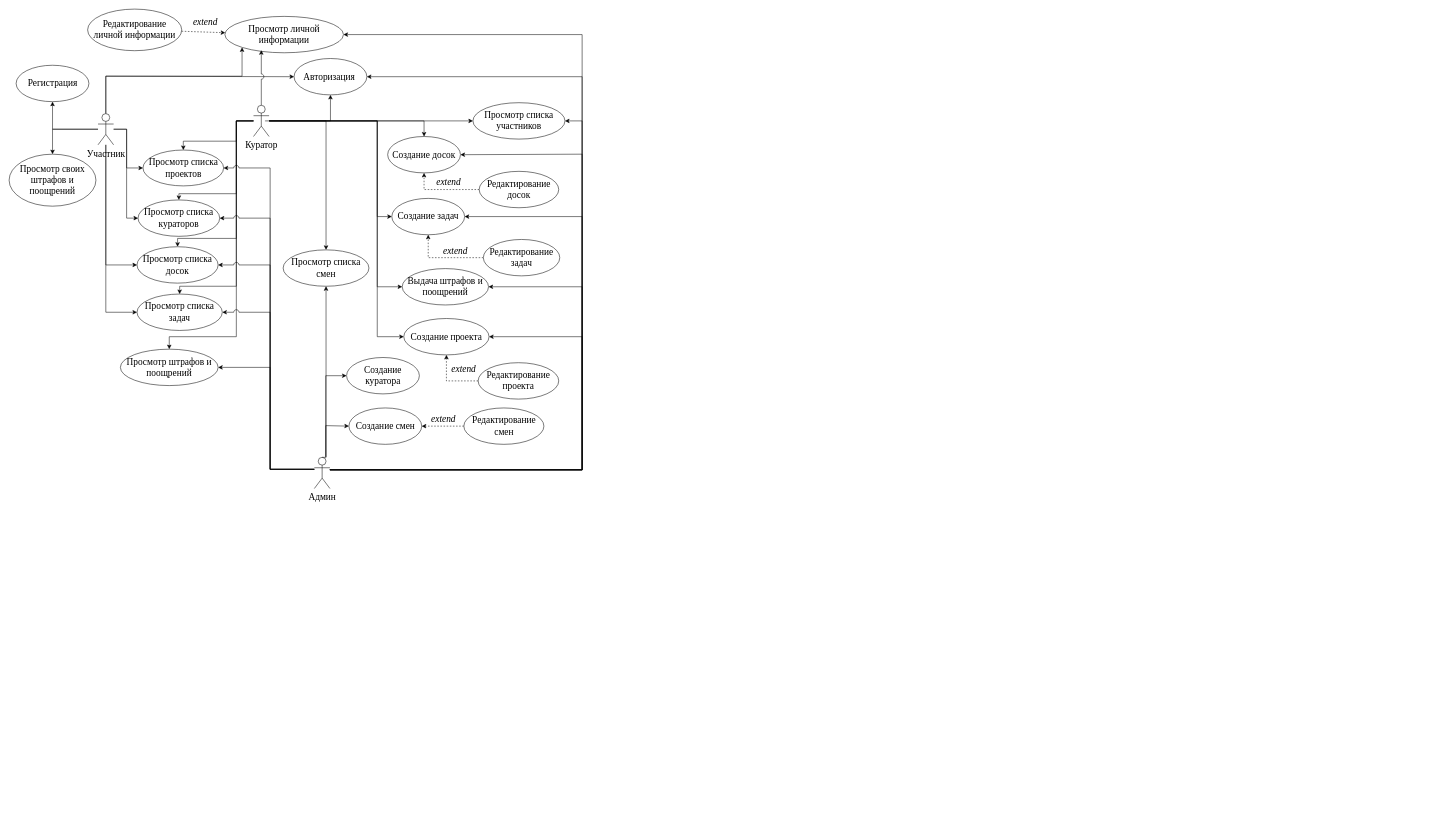
Above: Диаграмма прецедентов.drawio in AvipoStar/EOIS-FRONT (draw.io), before the change. Source tidied: cells renumbered, new cells numbered last; positions are measured from the earlier drawing's top-left corner, leaving out a move shared by most shapes. Both pictures are drawn from the tidied source at 52%, with x=0, y=0 at pixel (9, 9).
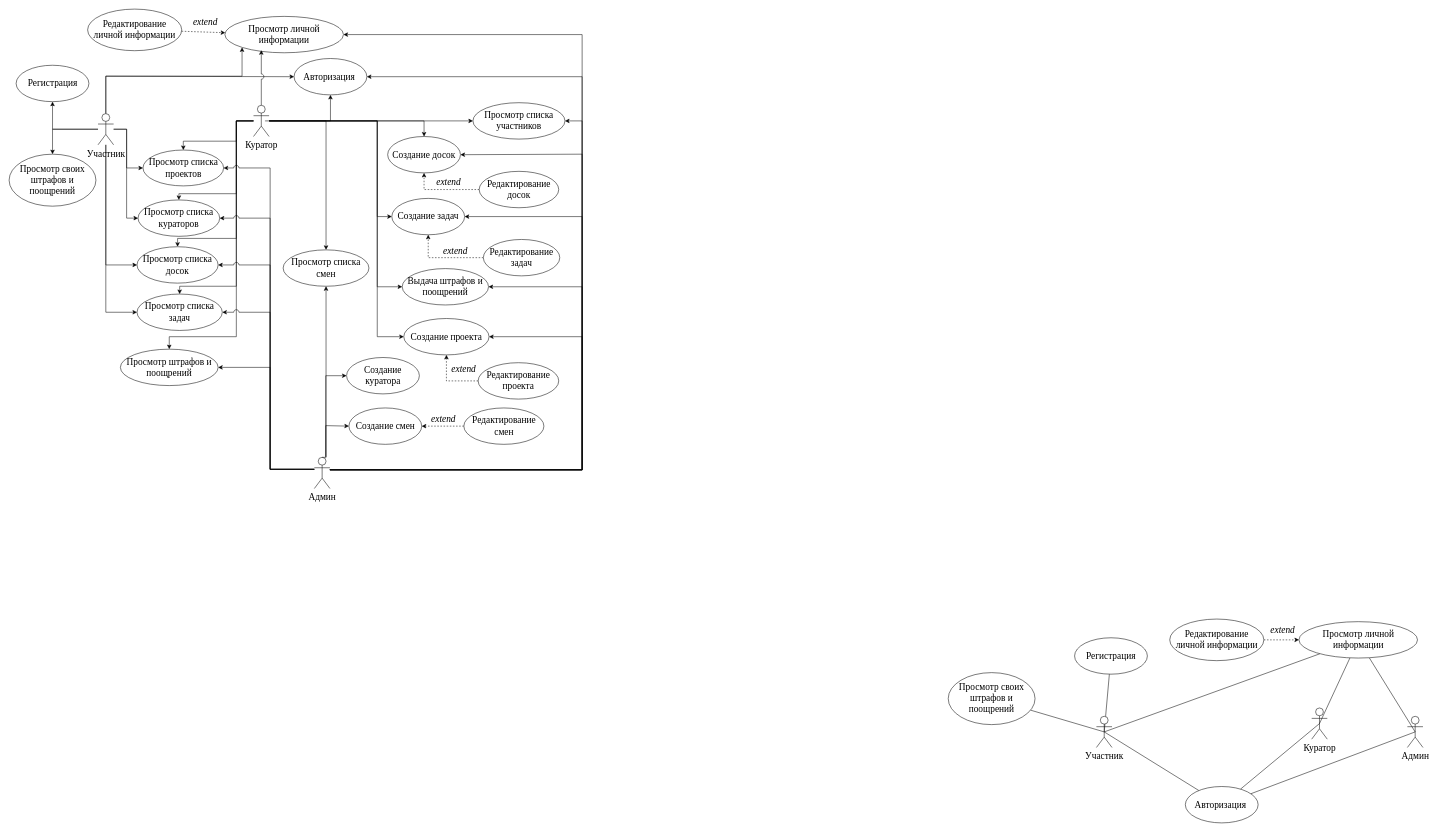
After the change.

Diff of the diagram source:
```diff
@@
+    <mxCell id="72" style="rounded=0;jettySize=auto;html=1;exitX=0.5;exitY=0.5;exitDx=0;exitDy=0;exitPerimeter=0;endArrow=none;endFill=0;" parent="1" edge="1" source="76" target="88">
+      <mxGeometry relative="1" as="geometry" />
+    </mxCell>
+    <mxCell id="73" style="rounded=0;jettySize=auto;html=1;exitX=0.5;exitY=0.5;exitDx=0;exitDy=0;exitPerimeter=0;endArrow=none;endFill=0;" parent="1" edge="1" source="76" target="84">
+      <mxGeometry relative="1" as="geometry" />
+    </mxCell>
+    <mxCell id="74" style="rounded=0;jettySize=auto;html=1;exitX=0.5;exitY=0.5;exitDx=0;exitDy=0;exitPerimeter=0;endArrow=none;endFill=0;" parent="1" edge="1" source="76" target="83">
+      <mxGeometry relative="1" as="geometry" />
+    </mxCell>
+    <mxCell id="75" style="rounded=0;jettySize=auto;html=1;exitX=0.5;exitY=0.5;exitDx=0;exitDy=0;exitPerimeter=0;endArrow=none;endFill=0;" parent="1" edge="1" source="76" target="89">
+      <mxGeometry relative="1" as="geometry" />
+    </mxCell>
+    <mxCell id="76" value="Участник&lt;div style=&quot;font-size: 18px;&quot;&gt;&lt;br style=&quot;font-size: 18px;&quot;&gt;&lt;/div&gt;" style="shape=umlActor;verticalLabelPosition=bottom;verticalAlign=top;html=1;fontFamily=Liberation Serif;fontSize=18;" parent="1" vertex="1">
+      <mxGeometry x="2091" y="1360" width="30" height="60" as="geometry" />
+    </mxCell>
+    <mxCell id="77" style="rounded=0;jettySize=auto;html=1;exitX=0.5;exitY=0.5;exitDx=0;exitDy=0;exitPerimeter=0;endArrow=none;endFill=0;" parent="1" edge="1" source="79" target="83">
+      <mxGeometry relative="1" as="geometry" />
+    </mxCell>
+    <mxCell id="78" style="rounded=0;jettySize=auto;html=1;exitX=0.5;exitY=0.5;exitDx=0;exitDy=0;exitPerimeter=0;endArrow=none;endFill=0;" parent="1" edge="1" source="79" target="84">
+      <mxGeometry relative="1" as="geometry" />
+    </mxCell>
+    <mxCell id="79" value="&lt;div style=&quot;font-size: 18px;&quot;&gt;Куратор&lt;/div&gt;" style="shape=umlActor;verticalLabelPosition=bottom;verticalAlign=top;html=1;fontFamily=Liberation Serif;fontSize=18;" parent="1" vertex="1">
+      <mxGeometry x="2505" y="1344" width="30" height="60" as="geometry" />
+    </mxCell>
+    <mxCell id="80" style="rounded=0;jettySize=auto;html=1;exitX=0.5;exitY=0.5;exitDx=0;exitDy=0;exitPerimeter=0;endArrow=none;endFill=0;" parent="1" edge="1" source="82" target="83">
+      <mxGeometry relative="1" as="geometry" />
+    </mxCell>
+    <mxCell id="81" style="rounded=0;jettySize=auto;html=1;exitX=0.5;exitY=0.5;exitDx=0;exitDy=0;exitPerimeter=0;endArrow=none;endFill=0;" parent="1" edge="1" source="82" target="84">
+      <mxGeometry relative="1" as="geometry" />
+    </mxCell>
+    <mxCell id="82" value="&lt;div style=&quot;font-size: 18px;&quot;&gt;Админ&lt;/div&gt;" style="shape=umlActor;verticalLabelPosition=bottom;verticalAlign=top;html=1;fontFamily=Liberation Serif;fontSize=18;" parent="1" vertex="1">
+      <mxGeometry x="2689" y="1360" width="30" height="60" as="geometry" />
+    </mxCell>
+    <mxCell id="83" value="Авторизация&amp;nbsp;" style="ellipse;whiteSpace=wrap;html=1;fontFamily=Liberation Serif;fontSize=18;" parent="1" vertex="1">
+      <mxGeometry x="2262" y="1495" width="140" height="70" as="geometry" />
+    </mxCell>
+    <mxCell id="84" value="Просмотр личной информации" style="ellipse;whiteSpace=wrap;html=1;fontFamily=Liberation Serif;fontSize=18;" parent="1" vertex="1">
+      <mxGeometry x="2480.5" y="1178" width="228" height="70" as="geometry" />
+    </mxCell>
+    <mxCell id="85" style="rounded=0;jettySize=auto;html=1;dashed=1;endArrow=classic;endFill=1;fontFamily=Liberation Serif;fontSize=14;" parent="1" edge="1" source="87" target="84">
+      <mxGeometry relative="1" as="geometry" />
+    </mxCell>
+    <mxCell id="86" value="extend" style="edgeLabel;html=1;align=center;verticalAlign=middle;fontStyle=2;fontFamily=Liberation Serif;fontSize=18;" parent="85" vertex="1">
+      <mxGeometry x="0.17" y="4" relative="1" as="geometry">
+        <mxPoint x="-4" y="-16" as="offset" />
+      </mxGeometry>
+    </mxCell>
+    <mxCell id="87" value="Редактирование личной информации" style="ellipse;whiteSpace=wrap;html=1;fontFamily=Liberation Serif;fontSize=18;" parent="1" vertex="1">
+      <mxGeometry x="2232" y="1173" width="181" height="80" as="geometry" />
+    </mxCell>
+    <mxCell id="88" value="Регистрация" style="ellipse;whiteSpace=wrap;html=1;fontFamily=Liberation Serif;fontSize=18;" parent="1" vertex="1">
+      <mxGeometry x="2049" y="1209" width="140" height="70" as="geometry" />
+    </mxCell>
+    <mxCell id="89" value="Просмотр своих штрафов и поощрений" style="ellipse;whiteSpace=wrap;html=1;fontFamily=Liberation Serif;fontSize=18;" parent="1" vertex="1">
+      <mxGeometry x="1806" y="1276" width="167" height="100" as="geometry" />
+    </mxCell>
```
